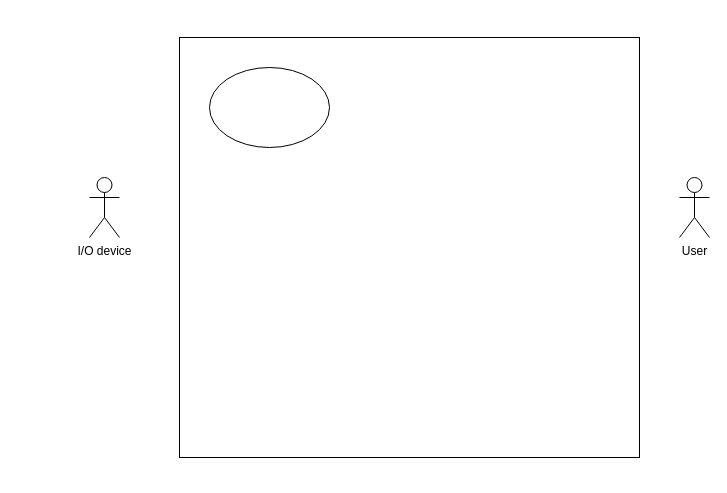
The draw.io diagram user_diagram.drawio in LTDat-HustK65/GP, before the edit. Source tidied: cells renumbered, new cells numbered last; positions are measured from the earlier drawing's top-left corner, leaving out a move shared by most shapes. Both pictures are drawn from the tidied source at 100%, with x=0, y=0 at pixel (89, 37).
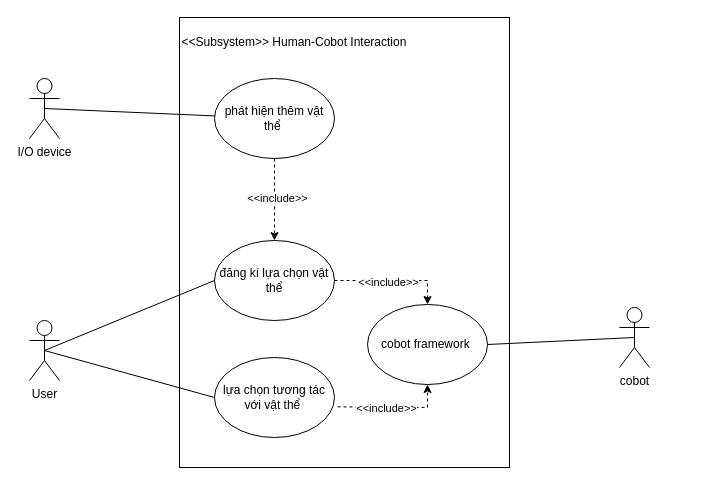
Above is the later version.

Commit message:
Cập nhật user_diagram.drawio

What changed in the source:
```diff
@@
     <mxCell id="2" value="I/O device" style="shape=umlActor;verticalLabelPosition=bottom;verticalAlign=top;html=1;outlineConnect=0;" parent="1" vertex="1">
-      <mxGeometry y="140" width="30" height="60" as="geometry" />
+      <mxGeometry x="-60" y="41" width="30" height="60" as="geometry" />
     </mxCell>
     <mxCell id="3" value="User" style="shape=umlActor;verticalLabelPosition=bottom;verticalAlign=top;html=1;outlineConnect=0;" parent="1" vertex="1">
-      <mxGeometry x="590" y="140" width="30" height="60" as="geometry" />
+      <mxGeometry x="-60" y="283" width="30" height="60" as="geometry" />
     </mxCell>
-    <mxCell id="4" style="rounded=0;whiteSpace=wrap;html=1;" parent="1" vertex="1">
-      <mxGeometry x="90" width="460" height="420" as="geometry" />
+    <mxCell id="4" style="rounded=0;whiteSpace=wrap;html=1;align=center;" parent="1" vertex="1">
+      <mxGeometry x="90" y="-20" width="330" height="450" as="geometry" />
     </mxCell>
-    <mxCell id="5" style="ellipse;whiteSpace=wrap;html=1;" parent="1" vertex="1">
-      <mxGeometry x="120" y="30" width="120" height="80" as="geometry" />
+    <mxCell id="5" value="phát hiện thêm vật thể&amp;nbsp;" style="ellipse;whiteSpace=wrap;html=1;" parent="1" vertex="1">
+      <mxGeometry x="125" y="41" width="120" height="80" as="geometry" />
     </mxCell>
+    <mxCell id="6" value="đăng kí lựa chọn vật thể" style="ellipse;whiteSpace=wrap;html=1;" parent="1" vertex="1">
+      <mxGeometry x="125" y="203" width="120" height="80" as="geometry" />
+    </mxCell>
+    <mxCell id="7" value="lựa chọn tương tác với vật thể&amp;nbsp;" style="ellipse;whiteSpace=wrap;html=1;" parent="1" vertex="1">
+      <mxGeometry x="125" y="320" width="120" height="80" as="geometry" />
+    </mxCell>
+    <mxCell id="8" value="cobot" style="shape=umlActor;verticalLabelPosition=bottom;verticalAlign=top;html=1;outlineConnect=0;" parent="1" vertex="1">
+      <mxGeometry x="530" y="270" width="30" height="60" as="geometry" />
+    </mxCell>
+    <mxCell id="9" value="cobot framework&amp;nbsp;" style="ellipse;whiteSpace=wrap;html=1;" parent="1" vertex="1">
+      <mxGeometry x="278" y="267" width="120" height="80" as="geometry" />
+    </mxCell>
+    <mxCell id="10" style="endArrow=none;html=1;rounded=0;exitX=0.5;exitY=0.5;exitDx=0;exitDy=0;exitPerimeter=0;" parent="1" edge="1" source="2" target="5">
+      <mxGeometry relative="1" as="geometry" />
+    </mxCell>
+    <mxCell id="11" style="endArrow=none;html=1;rounded=0;exitX=1;exitY=0.5;exitDx=0;exitDy=0;entryX=0.5;entryY=0.5;entryDx=0;entryDy=0;entryPerimeter=0;" parent="1" edge="1" source="9" target="8">
+      <mxGeometry relative="1" as="geometry" />
+    </mxCell>
+    <mxCell id="12" style="endArrow=none;html=1;rounded=0;exitX=0.5;exitY=0.5;exitDx=0;exitDy=0;exitPerimeter=0;entryX=0;entryY=0.5;entryDx=0;entryDy=0;" parent="1" edge="1" source="3" target="6">
+      <mxGeometry relative="1" as="geometry" />
+    </mxCell>
+    <mxCell id="13" style="endArrow=none;html=1;rounded=0;exitX=0.5;exitY=0.5;exitDx=0;exitDy=0;exitPerimeter=0;entryX=0;entryY=0.5;entryDx=0;entryDy=0;" parent="1" edge="1" source="3" target="7">
+      <mxGeometry relative="1" as="geometry" />
+    </mxCell>
+    <mxCell id="14" value="&amp;lt;&amp;lt;Subsystem&amp;gt;&amp;gt; Human-Cobot Interaction" style="text;html=1;align=center;verticalAlign=middle;whiteSpace=wrap;rounded=0;" parent="1" vertex="1">
+      <mxGeometry x="90" y="-10" width="230" height="30" as="geometry" />
+    </mxCell>
+    <mxCell id="15" style="endArrow=classic;html=1;rounded=0;exitX=0.5;exitY=1;exitDx=0;exitDy=0;entryX=0.5;entryY=0;entryDx=0;entryDy=0;dashed=1;" parent="1" edge="1" source="5" target="6">
+      <mxGeometry relative="1" as="geometry" />
+    </mxCell>
+    <mxCell id="16" value="&amp;lt;&amp;lt;include&amp;gt;&amp;gt;" style="edgeLabel;html=1;align=center;verticalAlign=middle;" parent="15" vertex="1">
+      <mxGeometry x="-0.04" y="2" relative="1" as="geometry" />
+    </mxCell>
+    <mxCell id="17" style="dashed=1;endArrow=classic;html=1;rounded=0;exitX=1;exitY=0.5;exitDx=0;exitDy=0;entryX=0.5;entryY=0;entryDx=0;entryDy=0;" parent="1" edge="1" source="6" target="9">
+      <mxGeometry relative="1" as="geometry">
+        <Array as="points">
+          <mxPoint x="338" y="243" />
+        </Array>
+      </mxGeometry>
+    </mxCell>
+    <mxCell id="18" value="&amp;lt;&amp;lt;include&amp;gt;&amp;gt;" style="edgeLabel;html=1;align=center;verticalAlign=middle;" parent="17" vertex="1">
+      <mxGeometry x="-0.09" y="-1" relative="1" as="geometry" />
+    </mxCell>
+    <mxCell id="19" style="dashed=1;endArrow=classic;html=1;rounded=0;exitX=1.025;exitY=0.617;exitDx=0;exitDy=0;exitPerimeter=0;entryX=0.5;entryY=1;entryDx=0;entryDy=0;" parent="1" edge="1" source="7" target="9">
+      <mxGeometry relative="1" as="geometry">
+        <Array as="points">
+          <mxPoint x="338" y="370" />
+        </Array>
+      </mxGeometry>
+    </mxCell>
+    <mxCell id="20" value="&amp;lt;&amp;lt;include&amp;gt;&amp;gt;" style="edgeLabel;html=1;align=center;verticalAlign=middle;" parent="19" vertex="1">
+      <mxGeometry x="-0.13" y="-1" relative="1" as="geometry" />
+    </mxCell>
+    <mxCell id="21" style="edgeStyle=orthogonalEdgeStyle;rounded=0;orthogonalLoop=1;jettySize=auto;html=1;exitX=0.5;exitY=1;exitDx=0;exitDy=0;" parent="1" edge="1" source="4" target="4">
+      <mxGeometry relative="1" as="geometry" />
+    </mxCell>
+    <mxCell id="22" style="edgeStyle=orthogonalEdgeStyle;rounded=0;orthogonalLoop=1;jettySize=auto;html=1;exitX=0.5;exitY=1;exitDx=0;exitDy=0;" parent="1" edge="1" source="4" target="4">
+      <mxGeometry relative="1" as="geometry" />
+    </mxCell>
```
